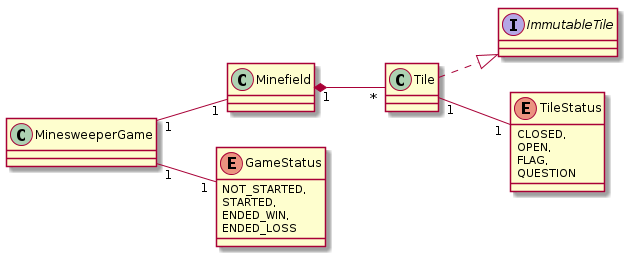
MatiasLyyra/Minesweeper keeps this PlantUML diagram as dokumentaatio/luokkakaavio.png. Above is the earlier version.
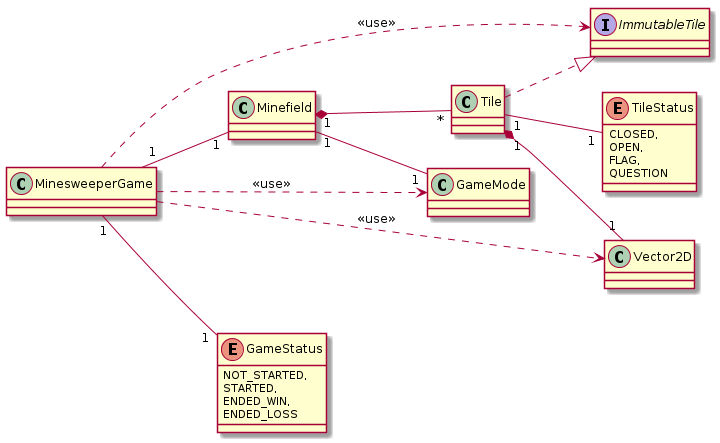
After the change.

Commit message:
Updated class diagram to fit the recent changes

The edit, as a diff of the source:
```diff
@@ -4,6 +4,8 @@
 Class Minefield
 Class MinesweeperGame
 Class Tile
+Class GameMode
+Class Vector2D
 Enum TileStatus {
  CLOSED,
  OPEN,
@@ -19,6 +21,11 @@
 Tile ..|> ImmutableTile
 MinesweeperGame "1" -- "1" Minefield
 Minefield "1" *-- "*" Tile
+Minefield "1" -- "1" GameMode
 Tile "1" -- "1" TileStatus
+Tile "1" *-- "1" Vector2D
+MinesweeperGame ..> GameMode : <<use>>
+MinesweeperGame ..> ImmutableTile : <<use>>
+MinesweeperGame ..> Vector2D : <<use>>
 MinesweeperGame "1" -- "1" GameStatus
 @enduml
```
